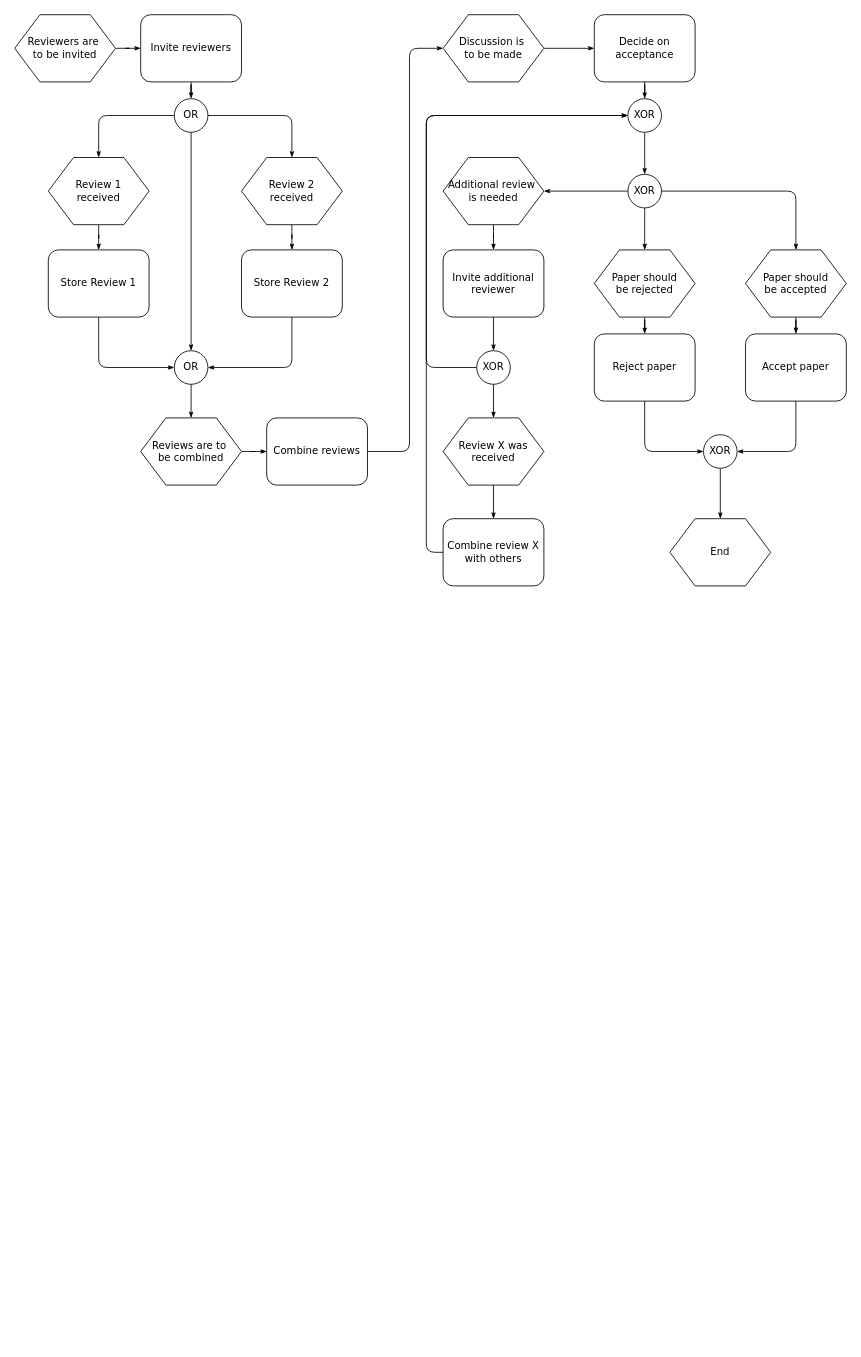
nbnbnb/Doc keeps this draw.io diagram as 未命名绘图.drawio. Above is the earlier version. Source tidied: cells renumbered, new cells numbered last; positions are measured from the earlier drawing's top-left corner, leaving out a move shared by most shapes. Both pictures are drawn from the tidied source at 84%, with x=0, y=0 at pixel (14, 14).
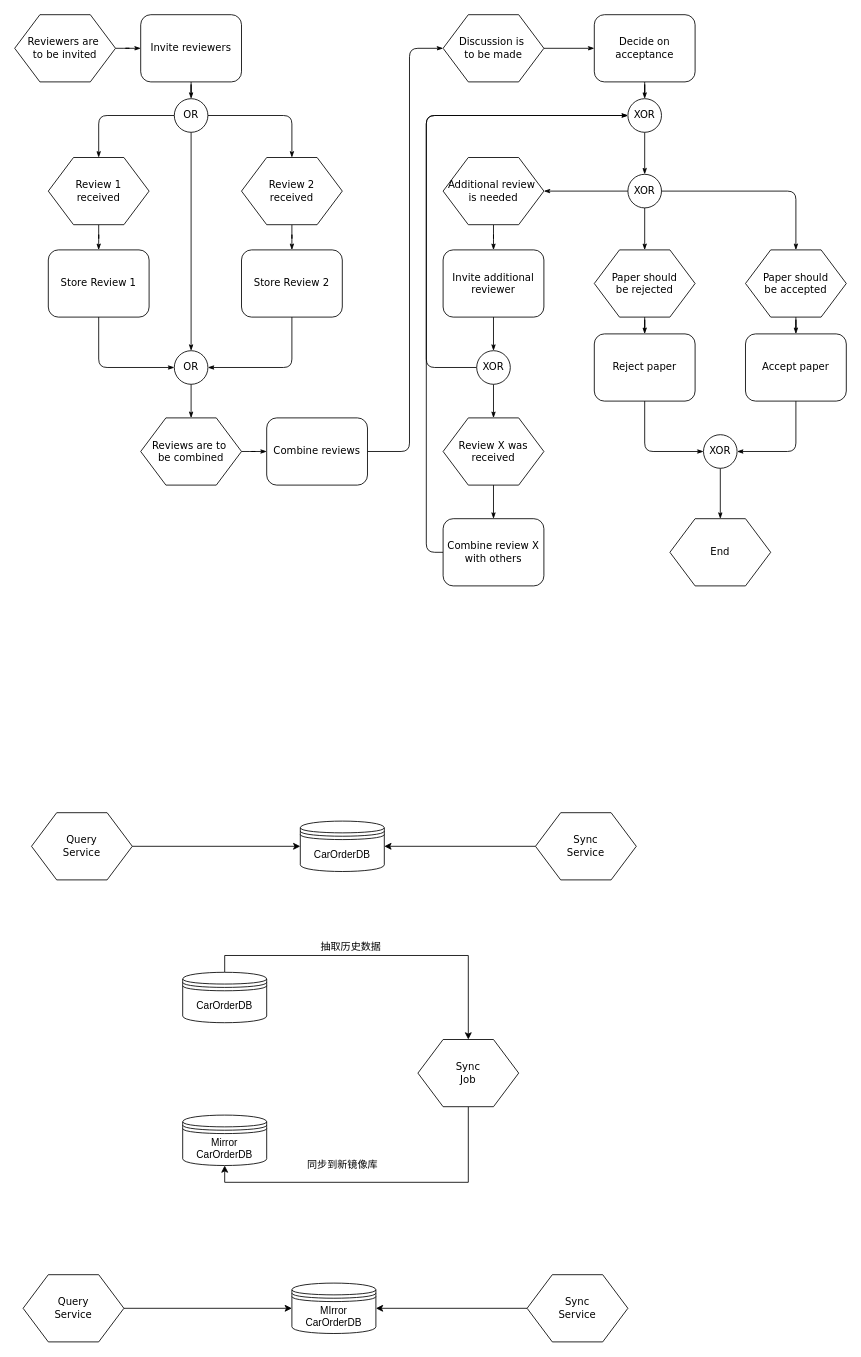
The same diagram, later.

What changed in the source:
```diff
@@
+    <mxCell id="56" value="CarOrderDB" style="shape=datastore;whiteSpace=wrap;html=1;" parent="1" vertex="1">
+      <mxGeometry x="340" y="960" width="100" height="60" as="geometry" />
+    </mxCell>
+    <mxCell id="57" style="edgeStyle=orthogonalEdgeStyle;rounded=0;jettySize=auto;html=1;entryX=1;entryY=0.5;entryDx=0;entryDy=0;" parent="1" edge="1" source="58" target="56">
+      <mxGeometry relative="1" as="geometry" />
+    </mxCell>
+    <mxCell id="58" value="Sync&lt;br&gt;Service" style="shape=hexagon;perimeter=hexagonPerimeter;whiteSpace=wrap;html=1;rounded=0;shadow=0;labelBackgroundColor=none;strokeWidth=1;fontFamily=Verdana;fontSize=12;align=center;" parent="1" vertex="1">
+      <mxGeometry x="620" y="950" width="120" height="80" as="geometry" />
+    </mxCell>
+    <mxCell id="59" style="edgeStyle=orthogonalEdgeStyle;rounded=0;jettySize=auto;html=1;entryX=0;entryY=0.5;entryDx=0;entryDy=0;exitX=1;exitY=0.5;exitDx=0;exitDy=0;" parent="1" edge="1" source="60" target="56">
+      <mxGeometry relative="1" as="geometry" />
+    </mxCell>
+    <mxCell id="60" value="Query&lt;br&gt;Service" style="shape=hexagon;perimeter=hexagonPerimeter;whiteSpace=wrap;html=1;rounded=0;shadow=0;labelBackgroundColor=none;strokeWidth=1;fontFamily=Verdana;fontSize=12;align=center;" parent="1" vertex="1">
+      <mxGeometry x="20" y="950" width="120" height="80" as="geometry" />
+    </mxCell>
+    <mxCell id="61" style="edgeStyle=orthogonalEdgeStyle;rounded=0;jettySize=auto;html=1;entryX=0.5;entryY=0;entryDx=0;entryDy=0;exitX=0.5;exitY=0;exitDx=0;exitDy=0;" parent="1" edge="1" source="62" target="65">
+      <mxGeometry relative="1" as="geometry" />
+    </mxCell>
+    <mxCell id="62" value="CarOrderDB" style="shape=datastore;whiteSpace=wrap;html=1;" parent="1" vertex="1">
+      <mxGeometry x="200" y="1140" width="100" height="60" as="geometry" />
+    </mxCell>
+    <mxCell id="63" value="Mirror&lt;br&gt;CarOrderDB" style="shape=datastore;whiteSpace=wrap;html=1;" parent="1" vertex="1">
+      <mxGeometry x="200" y="1310" width="100" height="60" as="geometry" />
+    </mxCell>
+    <mxCell id="64" style="edgeStyle=orthogonalEdgeStyle;rounded=0;jettySize=auto;html=1;entryX=0.5;entryY=1;entryDx=0;entryDy=0;exitX=0.5;exitY=1;exitDx=0;exitDy=0;" parent="1" edge="1" source="65" target="63">
+      <mxGeometry relative="1" as="geometry" />
+    </mxCell>
+    <mxCell id="65" value="Sync&lt;br&gt;Job" style="shape=hexagon;perimeter=hexagonPerimeter;whiteSpace=wrap;html=1;rounded=0;shadow=0;labelBackgroundColor=none;strokeWidth=1;fontFamily=Verdana;fontSize=12;align=center;" parent="1" vertex="1">
+      <mxGeometry x="480" y="1220" width="120" height="80" as="geometry" />
+    </mxCell>
+    <mxCell id="66" value="MIrror&lt;br&gt;CarOrderDB" style="shape=datastore;whiteSpace=wrap;html=1;" parent="1" vertex="1">
+      <mxGeometry x="330" y="1510" width="100" height="60" as="geometry" />
+    </mxCell>
+    <mxCell id="67" style="edgeStyle=orthogonalEdgeStyle;rounded=0;jettySize=auto;html=1;entryX=1;entryY=0.5;entryDx=0;entryDy=0;" parent="1" edge="1" source="68" target="66">
+      <mxGeometry relative="1" as="geometry" />
+    </mxCell>
+    <mxCell id="68" value="Sync&lt;br&gt;Service" style="shape=hexagon;perimeter=hexagonPerimeter;whiteSpace=wrap;html=1;rounded=0;shadow=0;labelBackgroundColor=none;strokeWidth=1;fontFamily=Verdana;fontSize=12;align=center;" parent="1" vertex="1">
+      <mxGeometry x="610" y="1500" width="120" height="80" as="geometry" />
+    </mxCell>
+    <mxCell id="69" style="edgeStyle=orthogonalEdgeStyle;rounded=0;jettySize=auto;html=1;entryX=0;entryY=0.5;entryDx=0;entryDy=0;exitX=1;exitY=0.5;exitDx=0;exitDy=0;" parent="1" edge="1" source="70" target="66">
+      <mxGeometry relative="1" as="geometry" />
+    </mxCell>
+    <mxCell id="70" value="Query&lt;br&gt;Service" style="shape=hexagon;perimeter=hexagonPerimeter;whiteSpace=wrap;html=1;rounded=0;shadow=0;labelBackgroundColor=none;strokeWidth=1;fontFamily=Verdana;fontSize=12;align=center;" parent="1" vertex="1">
+      <mxGeometry x="10" y="1500" width="120" height="80" as="geometry" />
+    </mxCell>
+    <mxCell id="71" value="抽取历史数据" style="text;html=1;align=center;verticalAlign=middle;" parent="1" vertex="1">
+      <mxGeometry x="355" y="1100" width="90" height="20" as="geometry" />
+    </mxCell>
+    <mxCell id="72" value="同步到新镜像库" style="text;html=1;align=center;verticalAlign=middle;" parent="1" vertex="1">
+      <mxGeometry x="340" y="1360" width="100" height="20" as="geometry" />
+    </mxCell>
```
